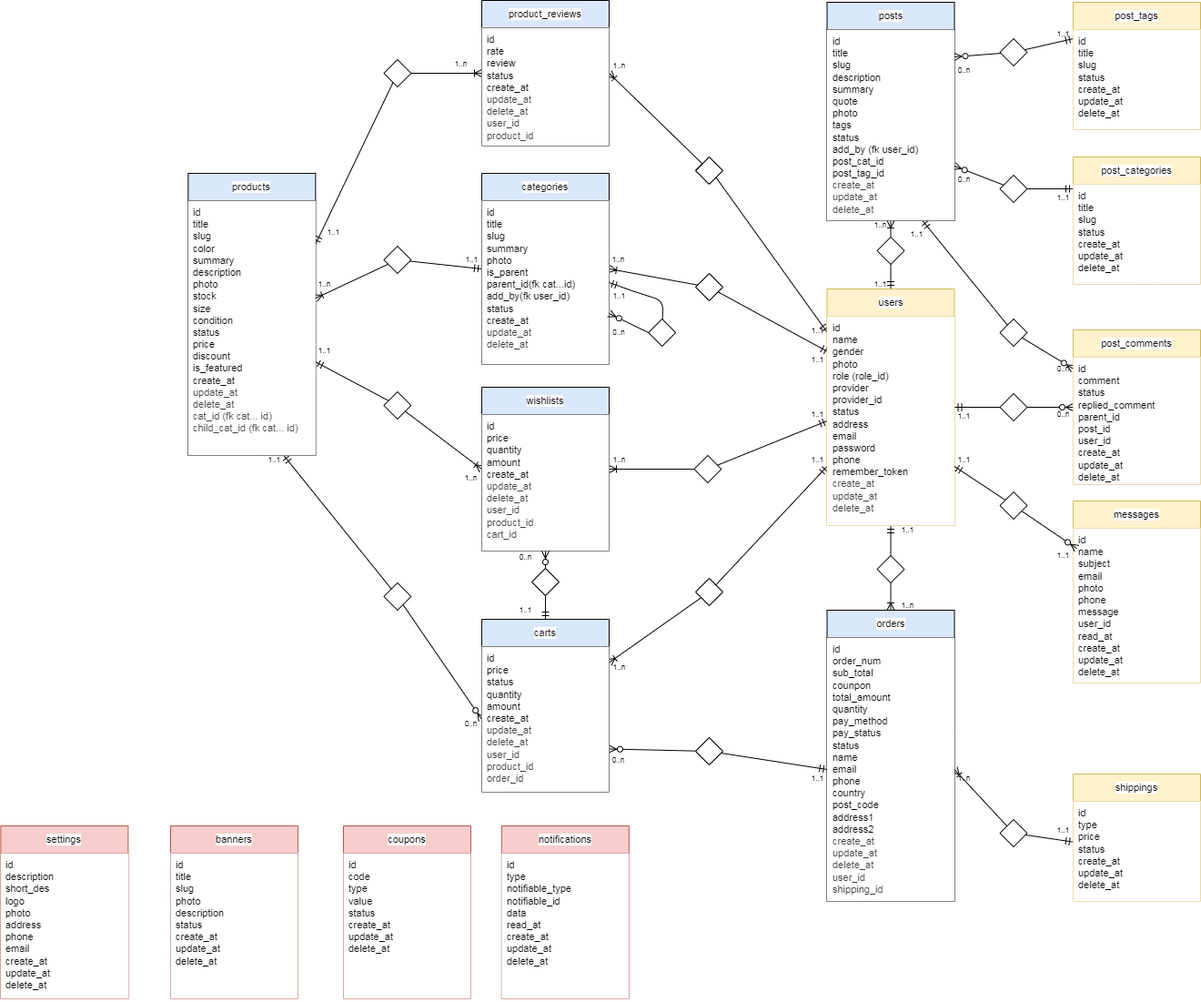
ThanhTran16389/btck_organic_food keeps this draw.io diagram as 00_DataShare/Draft_Diagram.png. Above is the earlier version. Source tidied: cells renumbered, new cells last; positions are measured from the earlier drawing's top-left corner, leaving out a move shared by most shapes.
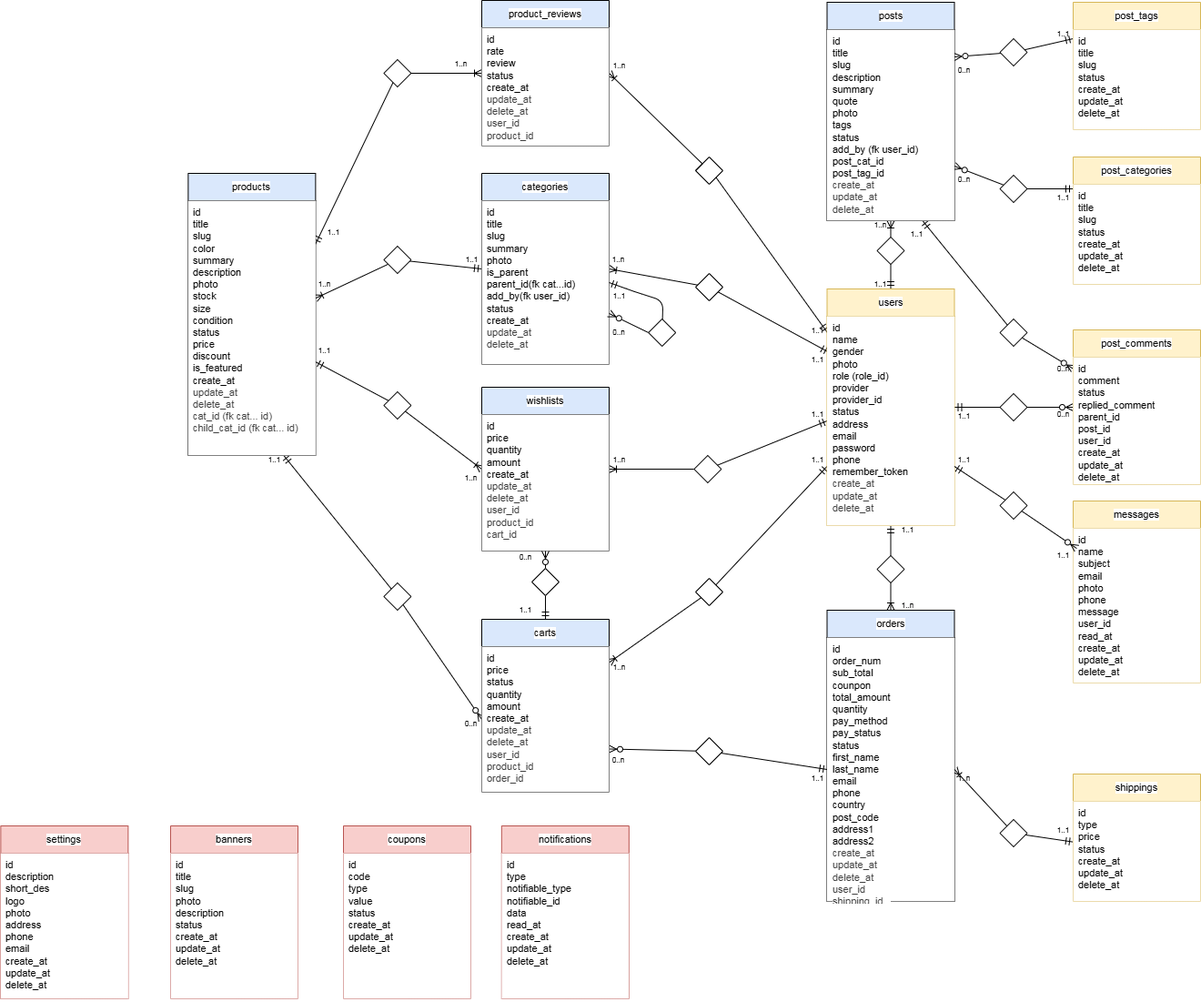
Above is the later version.

What changed in the source:
```diff
@@ -191,7 +191,7 @@
     <mxCell id="64" value="orders" style="swimlane;fontStyle=0;horizontal=1;startSize=30;whiteSpace=wrap;html=1;fontFamily=Helvetica;fontSize=11;labelBackgroundColor=default;fillColor=#dae8fc;strokeColor=#000000;" parent="1" vertex="1">
       <mxGeometry x="908.5" y="670" width="140" height="320" as="geometry" />
     </mxCell>
-    <mxCell id="65" value="id&lt;div&gt;order_num&lt;/div&gt;&lt;div&gt;sub_total&lt;/div&gt;&lt;div&gt;counpon&lt;/div&gt;&lt;div&gt;total_amount&lt;/div&gt;&lt;div&gt;quantity&lt;/div&gt;&lt;div&gt;&lt;div&gt;pay_method&lt;/div&gt;&lt;div&gt;pay_status&lt;/div&gt;&lt;div&gt;status&lt;/div&gt;&lt;/div&gt;&lt;div&gt;name&lt;/div&gt;&lt;div&gt;email&lt;/div&gt;&lt;div&gt;phone&lt;/div&gt;&lt;div&gt;country&lt;/div&gt;&lt;div&gt;post_code&lt;/div&gt;&lt;div&gt;address1&lt;/div&gt;&lt;div&gt;address2&lt;/div&gt;&lt;div&gt;&lt;div style=&quot;color: rgb(63, 63, 63);&quot;&gt;create_at&lt;/div&gt;&lt;div style=&quot;color: rgb(63, 63, 63);&quot;&gt;update_at&lt;/div&gt;&lt;div style=&quot;color: rgb(63, 63, 63);&quot;&gt;delete_at&lt;/div&gt;&lt;/div&gt;&lt;div style=&quot;color: rgb(63, 63, 63);&quot;&gt;user_id&lt;/div&gt;&lt;div style=&quot;color: rgb(63, 63, 63);&quot;&gt;shipping_id&lt;/div&gt;" style="text;strokeColor=none;fillColor=default;align=left;verticalAlign=top;spacingLeft=4;spacingRight=4;overflow=hidden;points=[[0,0.5],[1,0.5]];portConstraint=eastwest;whiteSpace=wrap;html=1;fontFamily=Helvetica;fontSize=11;fontColor=default;labelBackgroundColor=default;" parent="64" vertex="1">
+    <mxCell id="65" value="id&lt;div&gt;order_num&lt;/div&gt;&lt;div&gt;sub_total&lt;/div&gt;&lt;div&gt;counpon&lt;/div&gt;&lt;div&gt;total_amount&lt;/div&gt;&lt;div&gt;quantity&lt;/div&gt;&lt;div&gt;&lt;div&gt;pay_method&lt;/div&gt;&lt;div&gt;pay_status&lt;/div&gt;&lt;div&gt;status&lt;/div&gt;&lt;/div&gt;&lt;div&gt;first_name&lt;/div&gt;&lt;div&gt;last_name&lt;/div&gt;&lt;div&gt;email&lt;/div&gt;&lt;div&gt;phone&lt;/div&gt;&lt;div&gt;country&lt;/div&gt;&lt;div&gt;post_code&lt;/div&gt;&lt;div&gt;address1&lt;/div&gt;&lt;div&gt;address2&lt;/div&gt;&lt;div&gt;&lt;div style=&quot;color: rgb(63, 63, 63);&quot;&gt;create_at&lt;/div&gt;&lt;div style=&quot;color: rgb(63, 63, 63);&quot;&gt;update_at&lt;/div&gt;&lt;div style=&quot;color: rgb(63, 63, 63);&quot;&gt;delete_at&lt;/div&gt;&lt;/div&gt;&lt;div style=&quot;color: rgb(63, 63, 63);&quot;&gt;user_id&lt;/div&gt;&lt;div style=&quot;color: rgb(63, 63, 63);&quot;&gt;shipping_id&lt;/div&gt;" style="text;strokeColor=none;fillColor=default;align=left;verticalAlign=top;spacingLeft=4;spacingRight=4;overflow=hidden;points=[[0,0.5],[1,0.5]];portConstraint=eastwest;whiteSpace=wrap;html=1;fontFamily=Helvetica;fontSize=11;fontColor=default;labelBackgroundColor=default;" parent="64" vertex="1">
       <mxGeometry y="30" width="140" height="290" as="geometry" />
     </mxCell>
     <mxCell id="66" value="shippings" style="swimlane;fontStyle=0;horizontal=1;startSize=30;whiteSpace=wrap;html=1;fontFamily=Helvetica;fontSize=11;labelBackgroundColor=default;fillColor=#fff2cc;strokeColor=#d6b656;" parent="1" vertex="1">
```
